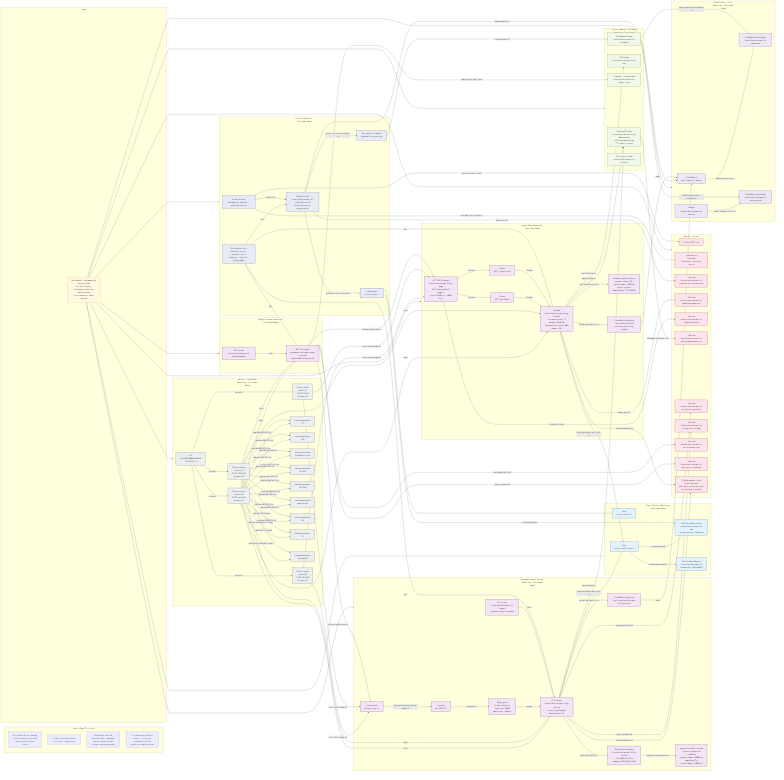
This is docs/design/platform/dev_full/graph/readiness/dev_full_platform_resources_production_ready_current_v0.mermaid.png from EsosaOrumwese/fraud-detection-system, a Mermaid export, as it was before one commit. Its source is kept beside it as docs/design/platform/dev_full/graph/readiness/dev_full_platform_resources_production_ready_current_v0.mermaid.mmd.
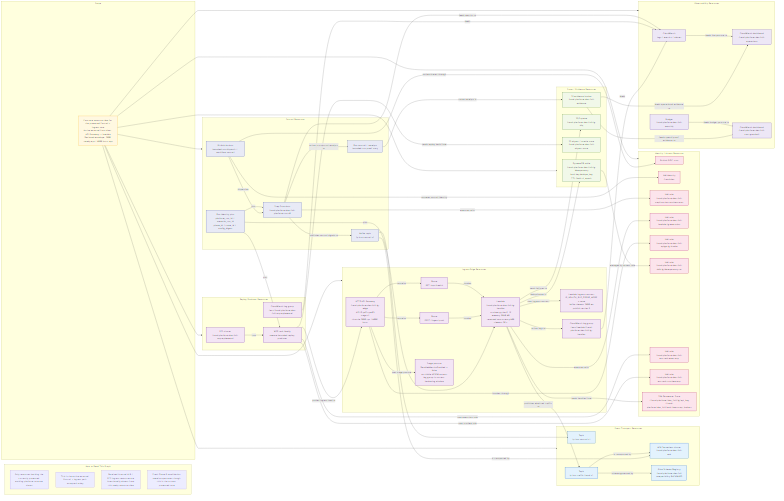
Above is the later version.

Commit message:
Update readiness graphs and documentation: reflect current Phase 0 truth, correct network and resource views, and regenerate visual artifacts for accuracy

The edit, as a diff of the source:
```diff
@@ -6,96 +6,67 @@
 flowchart LR
 
   subgraph LEGEND["How to Read This Graph"]
-    L1["Only resources that belong to the currently confirmed working platform are shown"]
-    L2["Current working platform = Control + Ingress only"]
-    L3["Node labels use the concrete AWS / managed-service names and key sizing or envelope details"]
-    L4["If a resource or plane is absent, it is not yet promoted into the production-ready network"]
+    L1["Only resources backing the currently promoted working-platform core are shown"]
+    L2["This is the active external Control + Ingress path accepted today"]
+    L3["Retained internal ALB / ECS ingress resources are intentionally absent from this ready-resource view"]
+    L4["Fresh Phase 0 revalidation remains open even though this is the current promoted core"]
   end
 
   subgraph NOTE["Scope"]
-    N1["Provisioned / implemented resource view<br>for the currently confirmed production-ready network<br>not a temporary idled snapshot"]
+    N1["Concrete resource view for the promoted Control + Ingress core<br>Active external front door: API Gateway -> Lambda<br>Declared envelope: 3000 steady eps / 6000 burst eps"]
   end
 
-  subgraph CONTROL["Control Resources - Confirmed Ready"]
+  subgraph CONTROL["Control Resources"]
     GHA["GitHub Actions<br>bounded-run dispatch / workflow control"]
-    SFN["Step Functions<br>fraud-platform-dev-full-platform-run-v0<br>authoritative run orchestration"]
+    SFN["Step Functions<br>fraud-platform-dev-full-platform-run-v0"]
     CTRLTOPIC["Kafka topic<br>fp.bus.control.v1"]
     RUNID["Run identity pins<br>platform_run_id / scenario_run_id<br>phase_id / trace_id / config_digest"]
     RUNCTL["Run control / receipts<br>bounded-run proof story"]
   end
 
-  subgraph INGRESSEDGE["Ingress Edge Resources - Confirmed Ready"]
-    HTTPAPI["HTTP API Gateway<br>fraud-platform-dev-full-ig-edge<br>API ID ehwznd2uw7<br>stage v1<br>throttle 3000 rps / 6000 burst"]
+  subgraph EDGE["Ingress Edge Resources"]
+    HTTPAPI["HTTP API Gateway<br>fraud-platform-dev-full-ig-edge<br>API ID pd7rtjze95<br>stage v1<br>throttle 3000 rps / 6000 burst"]
     APIRPOST["Route<br>POST /ingest/push"]
     APIRHEALTH["Route<br>GET /ops/health"]
+    APISTAGE["Stage posture<br>DetailedMetricsEnabled = false<br>no visible APIGW access-log group in current hardening window"]
     IGLAMBDA["Lambda<br>fraud-platform-dev-full-ig-handler<br>runtime python3.12<br>memory 2048 MB<br>reserved concurrency 600<br>timeout 30 s"]
-    IGLAMBDAENV["Lambda ingress contract<br>request timeout 30 s<br>kafka timeout 5000 ms<br>publish retries 5<br>idempotency TTL 259200 s"]
+    IGLAMBDAENV["Lambda ingress contract<br>IG_HEALTH_BUS_PROBE_MODE = none<br>kafka timeout 5000 ms<br>publish retries 5"]
     CWLAMBDA["CloudWatch log group<br>/aws/lambda/fraud-platform-dev-full-ig-handler"]
   end
 
-  subgraph INGRESSSERVICE["Managed Ingress Service Resources - Confirmed Ready"]
-    IGCLUSTER["ECS cluster<br>fraud-platform-dev-full-ingress<br>containerInsights enabled"]
-    ALB["Internal ALB<br>fp-dev-full-ig-svc"]
-    LISTENER["Listener<br>port 80 HTTP"]
-    TG["Target group<br>fp-dev-full-ig-svc<br>target port 8080<br>health path /healthz"]
-    IGSVC["ECS service<br>fraud-platform-dev-full-ig-service<br>launch type Fargate<br>desired count 32"]
-    IGTD["Task definition family<br>fraud-platform-dev-full-ig-service<br>CPU 4096 (4 vCPU)<br>memory 8192 MiB (8 GiB)"]
-    IGPROC["Ingress container runtime<br>gunicorn workers 8<br>threads 8<br>request timeout 30000 ms<br>keepalive 75 s<br>kafka timeout 15000 ms"]
-    CWIG["CloudWatch log group<br>/ecs/fraud-platform-dev-full-ig-service"]
+  subgraph WSP["Replay Producer Resources"]
+    WSPCLUSTER["ECS cluster<br>fraud-platform-dev-full-wsp-ephemeral"]
+    WSPTASK["WSP task family<br>remote bounded replay producer"]
+    CWWSP["CloudWatch log group<br>/ecs/fraud-platform-dev-full-wsp-ephemeral"]
   end
 
-  subgraph WSP["Replay Producer Resources - Confirmed Ready"]
-    WSPCLUSTER["ECS cluster<br>fraud-platform-dev-full-wsp-ephemeral"]
-    WSPTASK["WSP task family<br>ephemeral bounded replay producer<br>remote AWS compute only"]
-  end
-
-  subgraph TRANSPORT["Event Transport Resources - Confirmed Ready"]
-    MSK["MSK Serverless cluster<br>fraud-platform-dev-full-msk<br>active transport backbone"]
+  subgraph TRANSPORT["Event Transport Resources"]
+    MSK["MSK Serverless cluster<br>fraud-platform-dev-full-msk"]
     GLUEREG["Glue Schema Registry<br>fraud-platform-dev-full<br>compatibility BACKWARD"]
     TCTRL["Topic<br>fp.bus.control.v1"]
     TTRAFFIC["Topic<br>fp.bus.traffic.fraud.v1"]
   end
 
-  subgraph STATE["State / Receipt / Evidence Resources - Confirmed Ready"]
+  subgraph STATE["State / Evidence Resources"]
     DDB["DynamoDB table<br>fraud-platform-dev-full-ig-idempotency<br>hash key dedupe_key<br>TTL field ttl_epoch"]
     DLQ["SQS queue<br>fraud-platform-dev-full-ig-dlq"]
     OBJ["S3 object / oracle store<br>fraud-platform-dev-full-object-store"]
     EVID["S3 evidence bucket<br>fraud-platform-dev-full-evidence"]
-    ART["S3 artifacts bucket<br>fraud-platform-dev-full-artifacts"]
   end
 
-  subgraph IDENTITY["Identity / Access Resources - Confirmed Ready"]
+  subgraph IDENTITY["Identity / Access Resources"]
     OIDC["GitHub OIDC trust"]
-    ROLETF["IAM identity<br>fraud-dev<br>Terraform / workflow control"]
+    ROLETF["IAM identity<br>fraud-dev"]
     ROLESFN["IAM role<br>fraud-platform-dev-full-stepfunctions-orchestrator"]
     ROLELAMBDA["IAM role<br>fraud-platform-dev-full-lambda-ig-execution"]
     ROLEAPIGW["IAM role<br>fraud-platform-dev-full-apigw-ig-invoke"]
     ROLEDDB["IAM role<br>fraud-platform-dev-full-ddb-ig-idempotency-rw"]
-    ROLEIGEXEC["IAM role<br>fraud-platform-dev-full-ecs-ig-task-execution"]
-    ROLEIGRUN["IAM role<br>fraud-platform-dev-full-ecs-ig-task-runtime"]
     ROLEWSPEXEC["IAM role<br>fraud-platform-dev-full-ecs-task-exec-wsp"]
     ROLEWSPRUN["IAM role<br>fraud-platform-dev-full-ecs-task-runtime-wsp"]
-    SSM["SSM Parameter Store<br>IG API key path<br>MSK bootstrap brokers path<br>active ingress handles"]
+    SSM["SSM Parameter Store<br>/fraud-platform/dev_full/ig/api_key<br>/fraud-platform/dev_full/msk/bootstrap_brokers"]
   end
 
-  subgraph NETWORK["Network / Placement Resources - Confirmed Ready"]
-    VPC["VPC<br>vpc-0e7f9d89e5d468c06<br>10.70.0.0/16"]
-    PUB1["Public subnet<br>public_01<br>10.70.0.0/20<br>eu-west-2a"]
-    PUB2["Public subnet<br>public_02<br>10.70.16.0/20<br>eu-west-2b"]
-    PRIV1["Private subnet<br>private_01<br>10.70.128.0/20<br>eu-west-2a"]
-    PRIV2["Private subnet<br>private_02<br>10.70.144.0/20<br>eu-west-2b"]
-    VPCESTS["Interface endpoint<br>STS"]
-    VPCESSM["Interface endpoint<br>SSM"]
-    VPCELOGS["Interface endpoint<br>CloudWatch Logs"]
-    VPCEECRAPI["Interface endpoint<br>ECR API"]
-    VPCEECRDKR["Interface endpoint<br>ECR DKR"]
-    VPCEEXECAPI["Interface endpoint<br>execute-api"]
-    VPCESQS["Interface endpoint<br>SQS"]
-    VPCES3["Gateway endpoint<br>S3"]
-    VPCEDDB["Gateway endpoint<br>DynamoDB"]
-  end
-
-  subgraph OBS["Observability / Cost Resources - Confirmed Ready"]
+  subgraph OBS["Observability Resources"]
     CW["CloudWatch<br>logs / metrics / alarms"]
     DASHOPS["CloudWatch dashboard<br>fraud-platform-dev-full-operations"]
     DASHCOST["CloudWatch dashboard<br>fraud-platform-dev-full-cost-guardrail"]
@@ -103,13 +74,11 @@
   end
 
   N1 --> CONTROL
-  N1 --> INGRESSEDGE
-  N1 --> INGRESSSERVICE
+  N1 --> EDGE
   N1 --> WSP
   N1 --> TRANSPORT
   N1 --> STATE
   N1 --> IDENTITY
-  N1 --> NETWORK
   N1 --> OBS
 
   GHA -->|authenticates through| OIDC
@@ -123,7 +92,6 @@
   RUNID -->|pins| SFN
   RUNID -->|pins| WSPTASK
   RUNID -->|pins| IGLAMBDA
-  RUNID -->|pins| IGSVC
   RUNCTL -->|stores receipts in| EVID
 
   WSPCLUSTER -->|runs| WSPTASK
@@ -131,10 +99,10 @@
   WSPTASK -->|uses runtime role| ROLEWSPRUN
   WSPTASK -->|uses execution role| ROLEWSPEXEC
   WSPTASK -->|pushes ingress load to| HTTPAPI
-  WSPTASK -->|pushes ingress load to| ALB
 
   HTTPAPI -->|contains| APIRPOST
   HTTPAPI -->|contains| APIRHEALTH
+  HTTPAPI -->|uses stage posture| APISTAGE
   HTTPAPI -->|invokes through| ROLEAPIGW
   APIRPOST -->|invokes| IGLAMBDA
   APIRHEALTH -->|invokes| IGLAMBDA
@@ -144,60 +112,14 @@
   IGLAMBDA -->|sends failures to| DLQ
   IGLAMBDA -->|publishes admitted traffic to| TTRAFFIC
   IGLAMBDA -->|reads handles from| SSM
-  IGLAMBDA -->|writes logs/metrics to| CWLAMBDA
-
-  IGCLUSTER -->|hosts| IGSVC
-  IGSVC -->|uses task definition| IGTD
-  IGSVC -->|uses runtime role| ROLEIGRUN
-  IGSVC -->|uses execution role| ROLEIGEXEC
-  IGTD -->|defines runtime posture| IGPROC
-  ALB -->|exposes internal service edge on| LISTENER
-  LISTENER -->|forwards to| TG
-  TG -->|targets| IGSVC
-  IGSVC -->|deduplicates in| DDB
-  IGSVC -->|publishes admitted traffic to| TTRAFFIC
-  IGSVC -->|reads handles from| SSM
-  IGSVC -->|writes logs/metrics to| CWIG
+  IGLAMBDA -->|writes logs to| CWLAMBDA
 
   DDB -->|managed by access role| ROLEDDB
   TTRAFFIC -->|is transported by| MSK
   TTRAFFIC -->|schema-governed by| GLUEREG
 
-  VPC -->|contains| PUB1
-  VPC -->|contains| PUB2
-  VPC -->|contains| PRIV1
-  VPC -->|contains| PRIV2
-  PUB1 -->|hosts public edge for| HTTPAPI
-  PUB1 -->|hosts public edge for| ALB
-  PUB2 -->|hosts public edge for| HTTPAPI
-  PUB2 -->|hosts public edge for| ALB
-  PRIV1 -->|hosts| IGLAMBDA
-  PRIV1 -->|hosts| IGSVC
-  PRIV1 -->|hosts| WSPTASK
-  PRIV2 -->|hosts| IGLAMBDA
-  PRIV2 -->|hosts| IGSVC
-  PRIV2 -->|hosts| WSPTASK
-  PRIV1 -->|reaches AWS APIs via| VPCESTS
-  PRIV1 -->|reaches AWS APIs via| VPCESSM
-  PRIV1 -->|reaches AWS APIs via| VPCELOGS
-  PRIV1 -->|reaches AWS APIs via| VPCEECRAPI
-  PRIV1 -->|reaches AWS APIs via| VPCEECRDKR
-  PRIV1 -->|reaches AWS APIs via| VPCEEXECAPI
-  PRIV1 -->|reaches AWS APIs via| VPCESQS
-  PRIV1 -->|reaches S3 through| VPCES3
-  PRIV1 -->|reaches DynamoDB through| VPCEDDB
-  PRIV2 -->|reaches AWS APIs via| VPCESTS
-  PRIV2 -->|reaches AWS APIs via| VPCESSM
-  PRIV2 -->|reaches AWS APIs via| VPCELOGS
-  PRIV2 -->|reaches AWS APIs via| VPCEECRAPI
-  PRIV2 -->|reaches AWS APIs via| VPCEECRDKR
-  PRIV2 -->|reaches AWS APIs via| VPCEEXECAPI
-  PRIV2 -->|reaches AWS APIs via| VPCESQS
-  PRIV2 -->|reaches S3 through| VPCES3
-  PRIV2 -->|reaches DynamoDB through| VPCEDDB
-
   CWLAMBDA -->|feeds| CW
-  CWIG -->|feeds| CW
+  CWWSP -->|feeds| CW
   SFN -->|feeds metrics to| CW
   EVID -->|feeds operational evidence to| DASHOPS
   CW -->|feeds live posture to| DASHOPS
@@ -210,14 +132,12 @@
   classDef transport fill:#e3f2fd,stroke:#1565c0,color:#111,stroke-width:1.3px;
   classDef state fill:#f1f8e9,stroke:#558b2f,color:#111,stroke-width:1.3px;
   classDef ident fill:#fce4ec,stroke:#ad1457,color:#111,stroke-width:1.3px;
-  classDef net fill:#eceff1,stroke:#455a64,color:#111,stroke-width:1.3px;
   classDef obs fill:#ede7f6,stroke:#5e35b1,color:#111,stroke-width:1.3px;
 
   class N1 note;
   class GHA,SFN,CTRLTOPIC,RUNID,RUNCTL control;
-  class HTTPAPI,APIRPOST,APIRHEALTH,IGLAMBDA,IGLAMBDAENV,CWLAMBDA,IGCLUSTER,ALB,LISTENER,TG,IGSVC,IGTD,IGPROC,CWIG,WSPCLUSTER,WSPTASK ingress;
+  class HTTPAPI,APIRPOST,APIRHEALTH,APISTAGE,IGLAMBDA,IGLAMBDAENV,CWLAMBDA,WSPCLUSTER,WSPTASK,CWWSP ingress;
   class MSK,GLUEREG,TCTRL,TTRAFFIC transport;
-  class DDB,DLQ,OBJ,EVID,ART state;
-  class OIDC,ROLETF,ROLESFN,ROLELAMBDA,ROLEAPIGW,ROLEDDB,ROLEIGEXEC,ROLEIGRUN,ROLEWSPEXEC,ROLEWSPRUN,SSM ident;
-  class VPC,PUB1,PUB2,PRIV1,PRIV2,VPCESTS,VPCESSM,VPCELOGS,VPCEECRAPI,VPCEECRDKR,VPCEEXECAPI,VPCESQS,VPCES3,VPCEDDB net;
+  class DDB,DLQ,OBJ,EVID state;
+  class OIDC,ROLETF,ROLESFN,ROLELAMBDA,ROLEAPIGW,ROLEDDB,ROLEWSPEXEC,ROLEWSPRUN,SSM ident;
   class CW,DASHOPS,DASHCOST,BUDGET obs;
```
